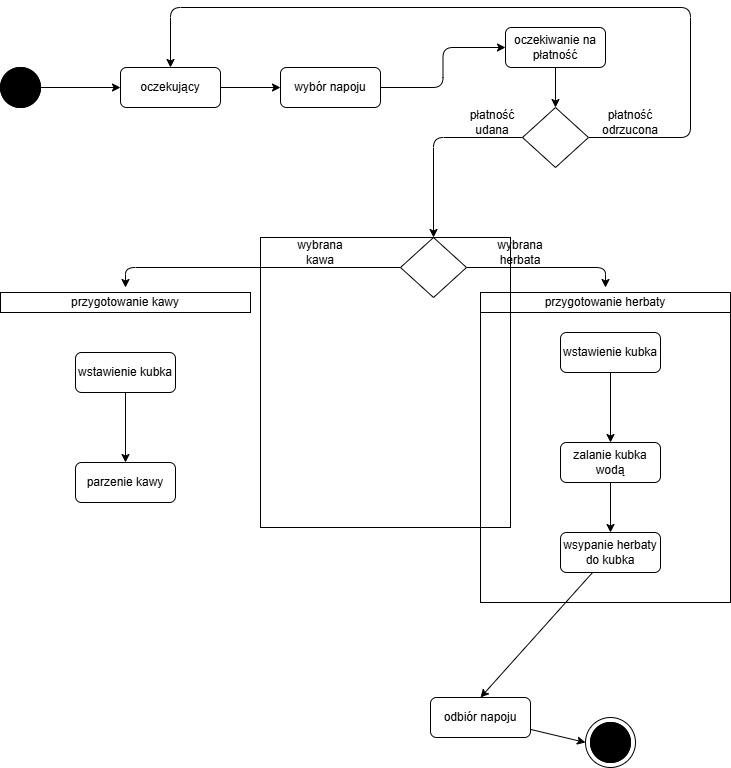
Before: Lab_docs/8. Diagram stanu UML - automat do napojów.drawio.png, a diagram exported from draw.io (zuzannaoliwiak/Projekt_in-ynieria). Source tidied: cells renumbered, new cells last; positions are measured from the earlier drawing's top-left corner, leaving out a move shared by most shapes. Source of this version:
```xml
<mxGraphModel background="light-dark(#FFFFFF,#FFFFFF)">
  <root>
    <mxCell id="0" />
    <mxCell id="1" parent="0" />
    <mxCell id="2" style="edgeStyle=orthogonalEdgeStyle;jettySize=auto;html=1;entryX=0;entryY=0.5;entryDx=0;entryDy=0;" parent="1" edge="1" source="3" target="5">
      <mxGeometry relative="1" as="geometry" />
    </mxCell>
    <mxCell id="3" style="ellipse;whiteSpace=wrap;html=1;fillColor=light-dark(#FFFFFF,#000000);rounded=0;" parent="1" vertex="1">
      <mxGeometry y="60" width="40" height="40" as="geometry" />
    </mxCell>
    <mxCell id="4" style="edgeStyle=orthogonalEdgeStyle;jettySize=auto;html=1;entryX=0;entryY=0.5;entryDx=0;entryDy=0;" parent="1" edge="1" source="5" target="16">
      <mxGeometry relative="1" as="geometry" />
    </mxCell>
    <mxCell id="5" value="oczekujący" style="rounded=1;whiteSpace=wrap;html=1;" parent="1" vertex="1">
      <mxGeometry x="120" y="60" width="100" height="40" as="geometry" />
    </mxCell>
    <mxCell id="6" style="group;" parent="1" vertex="1">
      <mxGeometry x="585" y="710" width="50" height="50" as="geometry" />
    </mxCell>
    <mxCell id="7" style="ellipse;whiteSpace=wrap;html=1;rounded=0;" parent="6" vertex="1">
      <mxGeometry width="50" height="50" as="geometry" />
    </mxCell>
    <mxCell id="8" style="ellipse;whiteSpace=wrap;html=1;fillColor=light-dark(#FFFFFF,#000000);rounded=0;" parent="6" vertex="1">
      <mxGeometry x="5" y="5" width="40" height="40" as="geometry" />
    </mxCell>
    <mxCell id="9" style="ellipse;whiteSpace=wrap;html=1;fillColor=#000000;" parent="6" vertex="1">
      <mxGeometry x="5" y="5" width="40" height="40" as="geometry" />
    </mxCell>
    <mxCell id="10" style="edgeStyle=orthogonalEdgeStyle;jettySize=auto;html=1;entryX=0.5;entryY=0;entryDx=0;entryDy=0;" parent="1" edge="1" source="12" target="31">
      <mxGeometry relative="1" as="geometry" />
    </mxCell>
    <mxCell id="11" style="edgeStyle=orthogonalEdgeStyle;jettySize=auto;html=1;entryX=0.5;entryY=0;entryDx=0;entryDy=0;" parent="1" edge="1" source="12" target="32">
      <mxGeometry relative="1" as="geometry" />
    </mxCell>
    <mxCell id="12" style="rhombus;whiteSpace=wrap;html=1;rounded=0;" parent="1" vertex="1">
      <mxGeometry x="400" y="230" width="66" height="60" as="geometry" />
    </mxCell>
    <mxCell id="13" value="wybrana kawa" style="text;html=1;whiteSpace=wrap;strokeColor=none;fillColor=none;align=center;verticalAlign=middle;rounded=0;" parent="1" vertex="1">
      <mxGeometry x="290" y="230" width="60" height="30" as="geometry" />
    </mxCell>
    <mxCell id="14" style="ellipse;whiteSpace=wrap;html=1;fillColor=#000000;" parent="1" vertex="1">
      <mxGeometry y="60" width="40" height="40" as="geometry" />
    </mxCell>
    <mxCell id="15" style="edgeStyle=orthogonalEdgeStyle;jettySize=auto;html=1;entryX=0;entryY=0.5;entryDx=0;entryDy=0;" parent="1" edge="1" source="16" target="35">
      <mxGeometry relative="1" as="geometry" />
    </mxCell>
    <mxCell id="16" value="wybór napoju" style="rounded=1;whiteSpace=wrap;html=1;" parent="1" vertex="1">
      <mxGeometry x="280" y="60" width="100" height="40" as="geometry" />
    </mxCell>
    <mxCell id="17" value="wybrana herbata" style="text;html=1;whiteSpace=wrap;strokeColor=none;fillColor=none;align=center;verticalAlign=middle;rounded=0;" parent="1" vertex="1">
      <mxGeometry x="490" y="230" width="60" height="30" as="geometry" />
    </mxCell>
    <mxCell id="18" style="edgeStyle=orthogonalEdgeStyle;jettySize=auto;html=1;entryX=0.5;entryY=0;entryDx=0;entryDy=0;" parent="1" edge="1" source="19" target="21">
      <mxGeometry relative="1" as="geometry" />
    </mxCell>
    <mxCell id="19" value="wstawienie kubka" style="rounded=1;whiteSpace=wrap;html=1;" parent="1" vertex="1">
      <mxGeometry x="560" y="325" width="100" height="40" as="geometry" />
    </mxCell>
    <mxCell id="20" style="edgeStyle=orthogonalEdgeStyle;jettySize=auto;html=1;entryX=0.5;entryY=0;entryDx=0;entryDy=0;" parent="1" edge="1" source="21" target="23">
      <mxGeometry relative="1" as="geometry" />
    </mxCell>
    <mxCell id="21" value="zalanie kubka wodą" style="rounded=1;whiteSpace=wrap;html=1;" parent="1" vertex="1">
      <mxGeometry x="560" y="435" width="100" height="40" as="geometry" />
    </mxCell>
    <mxCell id="22" style="jettySize=auto;html=1;entryX=0.5;entryY=0;entryDx=0;entryDy=0;" parent="1" edge="1" source="23" target="42">
      <mxGeometry relative="1" as="geometry" />
    </mxCell>
    <mxCell id="23" value="wsypanie herbaty do kubka" style="rounded=1;whiteSpace=wrap;html=1;" parent="1" vertex="1">
      <mxGeometry x="560" y="525" width="100" height="40" as="geometry" />
    </mxCell>
    <mxCell id="24" style="rounded=0;whiteSpace=wrap;html=1;fillColor=none;" parent="1" vertex="1">
      <mxGeometry x="480" y="305" width="250" height="290" as="geometry" />
    </mxCell>
    <mxCell id="25" style="edgeStyle=orthogonalEdgeStyle;jettySize=auto;html=1;entryX=0.5;entryY=0;entryDx=0;entryDy=0;" parent="1" edge="1" source="26" target="27">
      <mxGeometry relative="1" as="geometry" />
    </mxCell>
    <mxCell id="26" value="wstawienie kubka" style="rounded=1;whiteSpace=wrap;html=1;" parent="1" vertex="1">
      <mxGeometry x="75" y="345" width="100" height="40" as="geometry" />
    </mxCell>
    <mxCell id="27" value="parzenie kawy" style="rounded=1;whiteSpace=wrap;html=1;" parent="1" vertex="1">
      <mxGeometry x="75" y="455" width="100" height="40" as="geometry" />
    </mxCell>
    <mxCell id="28" style="rounded=0;whiteSpace=wrap;html=1;fillColor=none;" parent="1" vertex="1">
      <mxGeometry x="260" y="230" width="250" height="290" as="geometry" />
    </mxCell>
    <mxCell id="29" style="rounded=0;whiteSpace=wrap;html=1;fillColor=none;" parent="1" vertex="1">
      <mxGeometry x="480" y="285" width="250" height="20" as="geometry" />
    </mxCell>
    <mxCell id="30" style="rounded=0;whiteSpace=wrap;html=1;fillColor=none;" parent="1" vertex="1">
      <mxGeometry y="285" width="250" height="20" as="geometry" />
    </mxCell>
    <mxCell id="31" value="przygotowanie herbaty" style="text;html=1;whiteSpace=wrap;strokeColor=none;fillColor=none;align=center;verticalAlign=middle;rounded=0;" parent="1" vertex="1">
      <mxGeometry x="505" y="280" width="200" height="30" as="geometry" />
    </mxCell>
    <mxCell id="32" value="przygotowanie kawy" style="text;html=1;whiteSpace=wrap;strokeColor=none;fillColor=none;align=center;verticalAlign=middle;rounded=0;" parent="1" vertex="1">
      <mxGeometry x="25" y="280" width="200" height="30" as="geometry" />
    </mxCell>
    <mxCell id="33" style="edgeStyle=orthogonalEdgeStyle;orthogonalLoop=1;jettySize=auto;html=1;exitX=0.5;exitY=1;exitDx=0;exitDy=0;" parent="1" edge="1" source="13" target="13">
      <mxGeometry relative="1" as="geometry" />
    </mxCell>
    <mxCell id="34" style="edgeStyle=orthogonalEdgeStyle;jettySize=auto;html=1;entryX=0.5;entryY=0;entryDx=0;entryDy=0;" parent="1" edge="1" source="35" target="38">
      <mxGeometry relative="1" as="geometry" />
    </mxCell>
    <mxCell id="35" value="oczekiwanie na płatność" style="rounded=1;whiteSpace=wrap;html=1;" parent="1" vertex="1">
      <mxGeometry x="505" y="20" width="100" height="40" as="geometry" />
    </mxCell>
    <mxCell id="36" style="edgeStyle=orthogonalEdgeStyle;jettySize=auto;html=1;entryX=0.5;entryY=0;entryDx=0;entryDy=0;" parent="1" edge="1" source="38" target="12">
      <mxGeometry relative="1" as="geometry" />
    </mxCell>
    <mxCell id="37" style="edgeStyle=orthogonalEdgeStyle;jettySize=auto;html=1;entryX=0.5;entryY=0;entryDx=0;entryDy=0;" parent="1" edge="1" source="38" target="5">
      <mxGeometry relative="1" as="geometry">
        <Array as="points">
          <mxPoint x="690" y="130" />
          <mxPoint x="690" />
          <mxPoint x="170" />
        </Array>
      </mxGeometry>
    </mxCell>
    <mxCell id="38" style="rhombus;whiteSpace=wrap;html=1;rounded=0;" parent="1" vertex="1">
      <mxGeometry x="522" y="100" width="66" height="60" as="geometry" />
    </mxCell>
    <mxCell id="39" value="płatność udana" style="text;html=1;whiteSpace=wrap;strokeColor=none;fillColor=none;align=center;verticalAlign=middle;rounded=0;" parent="1" vertex="1">
      <mxGeometry x="462" y="100" width="60" height="30" as="geometry" />
    </mxCell>
    <mxCell id="40" value="płatność odrzucona" style="text;html=1;whiteSpace=wrap;strokeColor=none;fillColor=none;align=center;verticalAlign=middle;rounded=0;" parent="1" vertex="1">
      <mxGeometry x="600" y="100" width="60" height="30" as="geometry" />
    </mxCell>
    <mxCell id="41" style="jettySize=auto;html=1;entryX=0;entryY=0.5;entryDx=0;entryDy=0;" parent="1" edge="1" source="42" target="7">
      <mxGeometry relative="1" as="geometry" />
    </mxCell>
    <mxCell id="42" value="odbiór napoju" style="rounded=1;whiteSpace=wrap;html=1;" parent="1" vertex="1">
      <mxGeometry x="430" y="690" width="100" height="40" as="geometry" />
    </mxCell>
  </root>
</mxGraphModel>
```
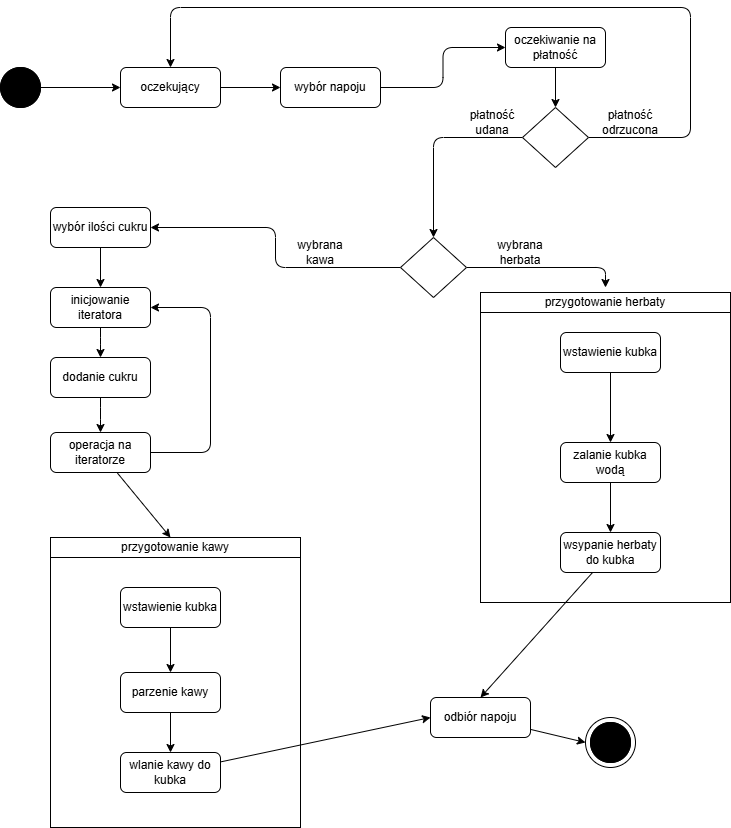
Later version of the same file.

The edit, as a diff of the source:
```diff
@@ -29,7 +29,7 @@
     <mxCell id="10" style="edgeStyle=orthogonalEdgeStyle;jettySize=auto;html=1;entryX=0.5;entryY=0;entryDx=0;entryDy=0;" parent="1" edge="1" source="12" target="31">
       <mxGeometry relative="1" as="geometry" />
     </mxCell>
-    <mxCell id="11" style="edgeStyle=orthogonalEdgeStyle;jettySize=auto;html=1;entryX=0.5;entryY=0;entryDx=0;entryDy=0;" parent="1" edge="1" source="12" target="32">
+    <mxCell id="11" style="edgeStyle=orthogonalEdgeStyle;jettySize=auto;html=1;entryX=1;entryY=0.5;entryDx=0;entryDy=0;" parent="1" edge="1" source="12" target="47">
       <mxGeometry relative="1" as="geometry" />
     </mxCell>
     <mxCell id="12" style="rhombus;whiteSpace=wrap;html=1;rounded=0;" parent="1" vertex="1">
@@ -75,26 +75,23 @@
       <mxGeometry relative="1" as="geometry" />
     </mxCell>
     <mxCell id="26" value="wstawienie kubka" style="rounded=1;whiteSpace=wrap;html=1;" parent="1" vertex="1">
-      <mxGeometry x="75" y="345" width="100" height="40" as="geometry" />
+      <mxGeometry x="120" y="580" width="100" height="40" as="geometry" />
     </mxCell>
+    <mxCell id="43" style="edgeStyle=orthogonalEdgeStyle;jettySize=auto;html=1;entryX=0.5;entryY=0;entryDx=0;entryDy=0;" parent="1" edge="1" source="27" target="45">
+      <mxGeometry relative="1" as="geometry" />
+    </mxCell>
     <mxCell id="27" value="parzenie kawy" style="rounded=1;whiteSpace=wrap;html=1;" parent="1" vertex="1">
-      <mxGeometry x="75" y="455" width="100" height="40" as="geometry" />
+      <mxGeometry x="120" y="665" width="100" height="40" as="geometry" />
     </mxCell>
     <mxCell id="28" style="rounded=0;whiteSpace=wrap;html=1;fillColor=none;" parent="1" vertex="1">
-      <mxGeometry x="260" y="230" width="250" height="290" as="geometry" />
+      <mxGeometry x="50" y="530" width="250" height="290" as="geometry" />
     </mxCell>
     <mxCell id="29" style="rounded=0;whiteSpace=wrap;html=1;fillColor=none;" parent="1" vertex="1">
       <mxGeometry x="480" y="285" width="250" height="20" as="geometry" />
     </mxCell>
-    <mxCell id="30" style="rounded=0;whiteSpace=wrap;html=1;fillColor=none;" parent="1" vertex="1">
-      <mxGeometry y="285" width="250" height="20" as="geometry" />
-    </mxCell>
     <mxCell id="31" value="przygotowanie herbaty" style="text;html=1;whiteSpace=wrap;strokeColor=none;fillColor=none;align=center;verticalAlign=middle;rounded=0;" parent="1" vertex="1">
       <mxGeometry x="505" y="280" width="200" height="30" as="geometry" />
     </mxCell>
-    <mxCell id="32" value="przygotowanie kawy" style="text;html=1;whiteSpace=wrap;strokeColor=none;fillColor=none;align=center;verticalAlign=middle;rounded=0;" parent="1" vertex="1">
-      <mxGeometry x="25" y="280" width="200" height="30" as="geometry" />
-    </mxCell>
     <mxCell id="33" style="edgeStyle=orthogonalEdgeStyle;orthogonalLoop=1;jettySize=auto;html=1;exitX=0.5;exitY=1;exitDx=0;exitDy=0;" parent="1" edge="1" source="13" target="13">
       <mxGeometry relative="1" as="geometry" />
     </mxCell>
@@ -131,5 +128,54 @@
     <mxCell id="42" value="odbiór napoju" style="rounded=1;whiteSpace=wrap;html=1;" parent="1" vertex="1">
       <mxGeometry x="430" y="690" width="100" height="40" as="geometry" />
     </mxCell>
+    <mxCell id="44" style="jettySize=auto;html=1;entryX=0;entryY=0.5;entryDx=0;entryDy=0;" parent="1" edge="1" source="45" target="42">
+      <mxGeometry relative="1" as="geometry" />
+    </mxCell>
+    <mxCell id="45" value="wlanie kawy do kubka" style="rounded=1;whiteSpace=wrap;html=1;" parent="1" vertex="1">
+      <mxGeometry x="120" y="745" width="100" height="40" as="geometry" />
+    </mxCell>
+    <mxCell id="46" style="edgeStyle=orthogonalEdgeStyle;jettySize=auto;html=1;entryX=0.5;entryY=0;entryDx=0;entryDy=0;" parent="1" edge="1" source="47" target="51">
+      <mxGeometry relative="1" as="geometry" />
+    </mxCell>
+    <mxCell id="47" value="wybór ilości cukru" style="rounded=1;whiteSpace=wrap;html=1;" parent="1" vertex="1">
+      <mxGeometry x="50" y="200" width="100" height="40" as="geometry" />
+    </mxCell>
+    <mxCell id="48" style="edgeStyle=orthogonalEdgeStyle;jettySize=auto;html=1;entryX=0.5;entryY=0;entryDx=0;entryDy=0;" parent="1" edge="1" source="49" target="54">
+      <mxGeometry relative="1" as="geometry" />
+    </mxCell>
+    <mxCell id="49" value="dodanie cukru" style="rounded=1;whiteSpace=wrap;html=1;" parent="1" vertex="1">
+      <mxGeometry x="50" y="350" width="100" height="40" as="geometry" />
+    </mxCell>
+    <mxCell id="50" style="edgeStyle=orthogonalEdgeStyle;jettySize=auto;html=1;entryX=0.5;entryY=0;entryDx=0;entryDy=0;" parent="1" edge="1" source="51" target="49">
+      <mxGeometry relative="1" as="geometry" />
+    </mxCell>
+    <mxCell id="51" value="inicjowanie iteratora" style="rounded=1;whiteSpace=wrap;html=1;" parent="1" vertex="1">
+      <mxGeometry x="50" y="280" width="100" height="40" as="geometry" />
+    </mxCell>
+    <mxCell id="52" style="edgeStyle=orthogonalEdgeStyle;jettySize=auto;html=1;entryX=1;entryY=0.5;entryDx=0;entryDy=0;" parent="1" edge="1" source="54" target="51">
+      <mxGeometry relative="1" as="geometry">
+        <Array as="points">
+          <mxPoint x="210" y="445" />
+          <mxPoint x="210" y="300" />
+        </Array>
+      </mxGeometry>
+    </mxCell>
+    <mxCell id="53" style="jettySize=auto;html=1;" parent="1" edge="1" source="54">
+      <mxGeometry relative="1" as="geometry">
+        <mxPoint x="170" y="530" as="targetPoint" />
+      </mxGeometry>
+    </mxCell>
+    <mxCell id="54" value="operacja na iteratorze" style="rounded=1;whiteSpace=wrap;html=1;" parent="1" vertex="1">
+      <mxGeometry x="50" y="425" width="100" height="40" as="geometry" />
+    </mxCell>
+    <mxCell id="55" style="group;" parent="1" vertex="1">
+      <mxGeometry x="50" y="525" width="250" height="30" as="geometry" />
+    </mxCell>
+    <mxCell id="30" style="rounded=0;whiteSpace=wrap;html=1;fillColor=none;" parent="55" vertex="1">
+      <mxGeometry y="5" width="250" height="20" as="geometry" />
+    </mxCell>
+    <mxCell id="32" value="przygotowanie kawy" style="text;html=1;whiteSpace=wrap;strokeColor=none;fillColor=none;align=center;verticalAlign=middle;rounded=0;" parent="55" vertex="1">
+      <mxGeometry x="25" width="200" height="30" as="geometry" />
+    </mxCell>
   </root>
 </mxGraphModel>
```
